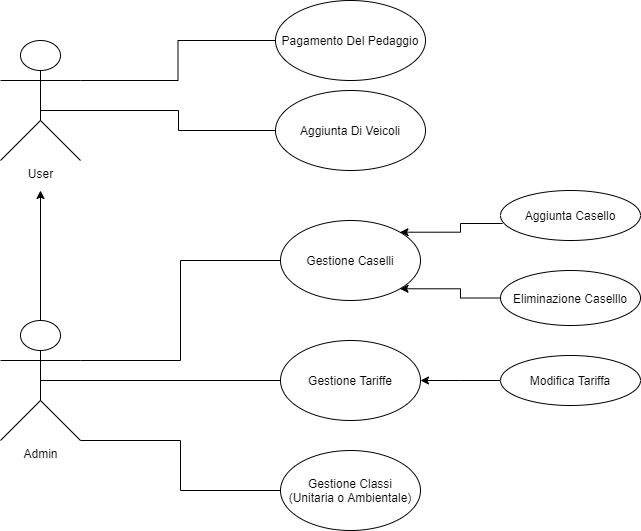
The draw.io diagram doc/Diagrammi/Use Case Diagram.png in thoser369/Autostrade, before a commit. Source tidied: cells renumbered, new cells last; positions are measured from the earlier drawing's top-left corner, leaving out a move shared by most shapes.
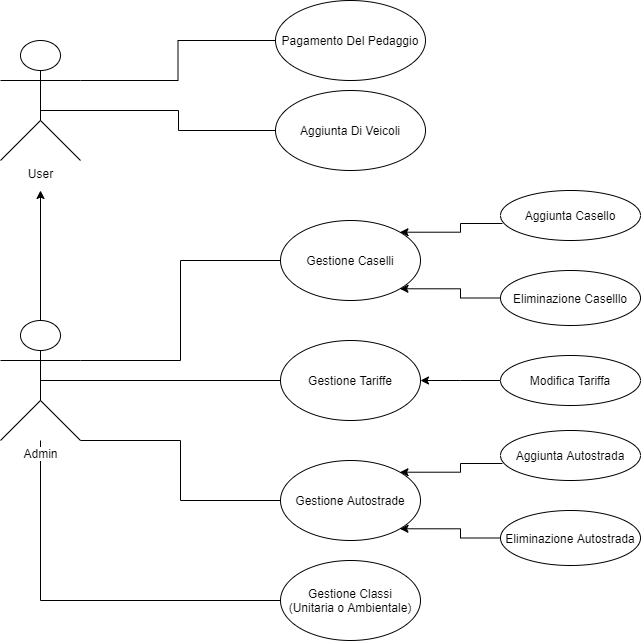
The same file after the commit.

Commit message:
revisione diagrammi

Diff of the diagram source:
```diff
@@ -36,14 +36,23 @@
     <mxCell id="8" style="edgeStyle=orthogonalEdgeStyle;rounded=0;jettySize=auto;html=1;exitX=0.5;exitY=0.5;exitDx=0;exitDy=0;exitPerimeter=0;endArrow=none;endFill=0;" parent="1" edge="1" source="10" target="17">
       <mxGeometry relative="1" as="geometry" />
     </mxCell>
-    <mxCell id="9" style="edgeStyle=orthogonalEdgeStyle;rounded=0;jettySize=auto;html=1;exitX=1;exitY=1;exitDx=0;exitDy=0;exitPerimeter=0;endArrow=none;endFill=0;" parent="1" edge="1" source="10" target="19">
+    <mxCell id="9" style="edgeStyle=orthogonalEdgeStyle;rounded=0;jettySize=auto;html=1;endArrow=none;endFill=0;entryX=0;entryY=0.5;entryDx=0;entryDy=0;" parent="1" edge="1" target="19">
       <mxGeometry relative="1" as="geometry">
+        <mxPoint x="40" y="440" as="sourcePoint" />
         <Array as="points">
-          <mxPoint x="180" y="440" />
-          <mxPoint x="180" y="490" />
+          <mxPoint x="40" y="440" />
+          <mxPoint x="40" y="600" />
         </Array>
       </mxGeometry>
     </mxCell>
+    <mxCell id="21" style="edgeStyle=orthogonalEdgeStyle;rounded=0;jettySize=auto;html=1;exitX=1;exitY=1;exitDx=0;exitDy=0;exitPerimeter=0;entryX=0;entryY=0.5;entryDx=0;entryDy=0;endArrow=none;endFill=0;" parent="1" edge="1" source="10" target="24">
+      <mxGeometry relative="1" as="geometry">
+        <Array as="points">
+          <mxPoint x="180" y="440" />
+          <mxPoint x="180" y="500" />
+        </Array>
+      </mxGeometry>
+    </mxCell>
     <mxCell id="10" value="Admin" style="shape=umlActor;verticalLabelPosition=bottom;labelBackgroundColor=#ffffff;verticalAlign=top;html=1;" parent="1" vertex="1">
       <mxGeometry y="320" width="80" height="120" as="geometry" />
     </mxCell>
@@ -77,10 +86,25 @@
       <mxGeometry x="500" y="355" width="140" height="50" as="geometry" />
     </mxCell>
     <mxCell id="19" value="Gestione Classi&lt;br&gt;(Unitaria o Ambientale)" style="ellipse;whiteSpace=wrap;html=1;" parent="1" vertex="1">
-      <mxGeometry x="280" y="450" width="140" height="80" as="geometry" />
+      <mxGeometry x="280" y="560" width="140" height="80" as="geometry" />
     </mxCell>
     <mxCell id="20" value="Aggiunta Di Veicoli" style="ellipse;whiteSpace=wrap;html=1;" parent="1" vertex="1">
       <mxGeometry x="275" y="90" width="150" height="80" as="geometry" />
     </mxCell>
+    <mxCell id="22" style="edgeStyle=orthogonalEdgeStyle;rounded=0;jettySize=auto;html=1;exitX=0;exitY=0.5;exitDx=0;exitDy=0;entryX=1;entryY=1;entryDx=0;entryDy=0;" parent="1" edge="1" source="25" target="24">
+      <mxGeometry relative="1" as="geometry" />
+    </mxCell>
+    <mxCell id="23" style="edgeStyle=orthogonalEdgeStyle;rounded=0;jettySize=auto;html=1;exitX=0.014;exitY=0.66;exitDx=0;exitDy=0;entryX=1;entryY=0;entryDx=0;entryDy=0;exitPerimeter=0;" parent="1" edge="1" source="26" target="24">
+      <mxGeometry relative="1" as="geometry" />
+    </mxCell>
+    <mxCell id="24" value="Gestione Autostrade" style="ellipse;whiteSpace=wrap;html=1;" parent="1" vertex="1">
+      <mxGeometry x="280" y="460" width="140" height="80" as="geometry" />
+    </mxCell>
+    <mxCell id="25" value="Eliminazione Autostrada" style="ellipse;whiteSpace=wrap;html=1;" parent="1" vertex="1">
+      <mxGeometry x="500" y="510" width="140" height="55" as="geometry" />
+    </mxCell>
+    <mxCell id="26" value="Aggiunta Autostrada" style="ellipse;whiteSpace=wrap;html=1;" parent="1" vertex="1">
+      <mxGeometry x="500" y="430" width="140" height="50" as="geometry" />
+    </mxCell>
   </root>
 </mxGraphModel>
```
